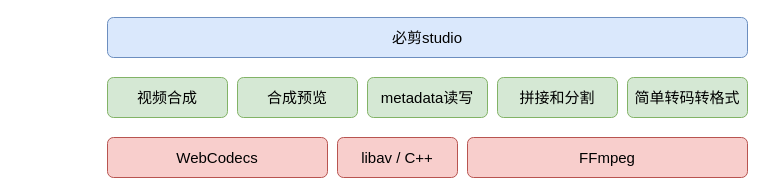
Before: studio_struct.drawio in lqt0223/diagrams, a draw.io diagram. Source tidied: cells renumbered, new cells numbered last; positions are measured from the earlier drawing's top-left corner, leaving out a move shared by most shapes. Both pictures are drawn from the tidied source at 100%, with x=0, y=0 at pixel (107, 17).
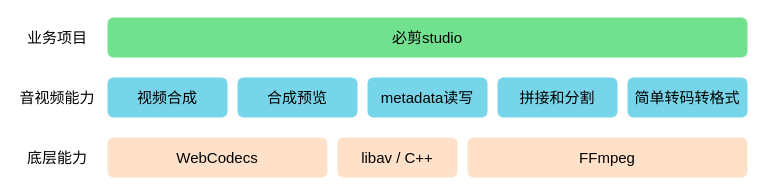
The same page after the edit.

What changed in the source:
```diff
@@
 <mxGraphModel>
   <root>
     <mxCell id="0" />
     <mxCell id="1" parent="0" />
-    <mxCell id="2" value="&lt;font style=&quot;font-size: 15px;&quot;&gt;必剪studio&lt;/font&gt;" style="rounded=1;whiteSpace=wrap;html=1;fontSize=15;fillColor=#dae8fc;strokeColor=#6c8ebf;" parent="1" vertex="1">
+    <mxCell id="2" value="&lt;font style=&quot;font-size: 15px;&quot;&gt;必剪studio&lt;/font&gt;" style="rounded=1;whiteSpace=wrap;html=1;fontSize=15;fillColor=#71e08f;strokeColor=none;" parent="1" vertex="1">
       <mxGeometry width="640" height="40" as="geometry" />
     </mxCell>
-    <mxCell id="3" value="&lt;font style=&quot;font-size: 15px;&quot;&gt;metadata读写&lt;/font&gt;" style="rounded=1;whiteSpace=wrap;html=1;fontSize=15;fillColor=#d5e8d4;strokeColor=#82b366;" parent="1" vertex="1">
+    <mxCell id="3" value="&lt;font style=&quot;font-size: 15px;&quot;&gt;metadata读写&lt;/font&gt;" style="rounded=1;whiteSpace=wrap;html=1;fontSize=15;fillColor=#76d5e8;strokeColor=none;" parent="1" vertex="1">
       <mxGeometry x="260" y="60" width="120" height="40" as="geometry" />
     </mxCell>
-    <mxCell id="4" value="&lt;font style=&quot;font-size: 15px;&quot;&gt;视频合成&lt;/font&gt;" style="rounded=1;whiteSpace=wrap;html=1;fontSize=15;fillColor=#d5e8d4;strokeColor=#82b366;" parent="1" vertex="1">
+    <mxCell id="4" value="&lt;font style=&quot;font-size: 15px;&quot;&gt;视频合成&lt;/font&gt;" style="rounded=1;whiteSpace=wrap;html=1;fontSize=15;fillColor=#76d5e8;strokeColor=none;" parent="1" vertex="1">
       <mxGeometry y="60" width="120" height="40" as="geometry" />
     </mxCell>
-    <mxCell id="5" value="&lt;font style=&quot;font-size: 15px;&quot;&gt;合成预览&lt;/font&gt;" style="rounded=1;whiteSpace=wrap;html=1;fontSize=15;fillColor=#d5e8d4;strokeColor=#82b366;" parent="1" vertex="1">
+    <mxCell id="5" value="&lt;font style=&quot;font-size: 15px;&quot;&gt;合成预览&lt;/font&gt;" style="rounded=1;whiteSpace=wrap;html=1;fontSize=15;fillColor=#76d5e8;strokeColor=none;" parent="1" vertex="1">
       <mxGeometry x="130" y="60" width="120" height="40" as="geometry" />
     </mxCell>
-    <mxCell id="6" value="&lt;font style=&quot;font-size: 15px;&quot;&gt;拼接和分割&lt;/font&gt;" style="rounded=1;whiteSpace=wrap;html=1;fontSize=15;fillColor=#d5e8d4;strokeColor=#82b366;" parent="1" vertex="1">
+    <mxCell id="6" value="&lt;font style=&quot;font-size: 15px;&quot;&gt;拼接和分割&lt;/font&gt;" style="rounded=1;whiteSpace=wrap;html=1;fontSize=15;fillColor=#76d5e8;strokeColor=none;" parent="1" vertex="1">
       <mxGeometry x="390" y="60" width="120" height="40" as="geometry" />
     </mxCell>
-    <mxCell id="7" value="&lt;font style=&quot;font-size: 15px;&quot;&gt;简单转码转格式&lt;/font&gt;" style="rounded=1;whiteSpace=wrap;html=1;fontSize=15;fillColor=#d5e8d4;strokeColor=#82b366;" parent="1" vertex="1">
+    <mxCell id="7" value="&lt;font style=&quot;font-size: 15px;&quot;&gt;简单转码转格式&lt;/font&gt;" style="rounded=1;whiteSpace=wrap;html=1;fontSize=15;fillColor=#76d5e8;strokeColor=none;" parent="1" vertex="1">
       <mxGeometry x="520" y="60" width="120" height="40" as="geometry" />
     </mxCell>
-    <mxCell id="8" value="&lt;font style=&quot;font-size: 15px;&quot;&gt;WebCodecs&lt;/font&gt;" style="rounded=1;whiteSpace=wrap;html=1;fontSize=15;fillColor=#f8cecc;strokeColor=#b85450;" parent="1" vertex="1">
+    <mxCell id="8" value="&lt;font style=&quot;font-size: 15px;&quot;&gt;WebCodecs&lt;/font&gt;" style="rounded=1;whiteSpace=wrap;html=1;fontSize=15;fillColor=#ffe1c9;strokeColor=none;" parent="1" vertex="1">
       <mxGeometry y="120" width="220" height="40" as="geometry" />
     </mxCell>
-    <mxCell id="9" value="&lt;font style=&quot;font-size: 15px;&quot;&gt;FFmpeg&lt;/font&gt;" style="rounded=1;whiteSpace=wrap;html=1;fontSize=15;fillColor=#f8cecc;strokeColor=#b85450;" parent="1" vertex="1">
+    <mxCell id="9" value="&lt;font style=&quot;font-size: 15px;&quot;&gt;FFmpeg&lt;/font&gt;" style="rounded=1;whiteSpace=wrap;html=1;fontSize=15;fillColor=#ffe1c9;strokeColor=none;" parent="1" vertex="1">
       <mxGeometry x="360" y="120" width="280" height="40" as="geometry" />
     </mxCell>
-    <mxCell id="10" value="libav / C++" style="rounded=1;whiteSpace=wrap;html=1;fontSize=15;fillColor=#f8cecc;strokeColor=#b85450;" parent="1" vertex="1">
+    <mxCell id="10" value="libav / C++" style="rounded=1;whiteSpace=wrap;html=1;fontSize=15;fillColor=#ffe1c9;strokeColor=none;" parent="1" vertex="1">
       <mxGeometry x="230" y="120" width="120" height="40" as="geometry" />
     </mxCell>
+    <mxCell id="11" value="业务项目" style="text;html=1;align=center;verticalAlign=middle;whiteSpace=wrap;rounded=0;fontSize=15;" parent="1" vertex="1">
+      <mxGeometry x="-90" y="5" width="80" height="30" as="geometry" />
+    </mxCell>
+    <mxCell id="12" value="底层能力" style="text;html=1;align=center;verticalAlign=middle;whiteSpace=wrap;rounded=0;fontSize=15;" parent="1" vertex="1">
+      <mxGeometry x="-90" y="125" width="80" height="30" as="geometry" />
+    </mxCell>
+    <mxCell id="13" value="音视频能力" style="text;html=1;align=center;verticalAlign=middle;whiteSpace=wrap;rounded=0;fontSize=15;" parent="1" vertex="1">
+      <mxGeometry x="-90" y="65" width="80" height="30" as="geometry" />
+    </mxCell>
   </root>
 </mxGraphModel>
```
